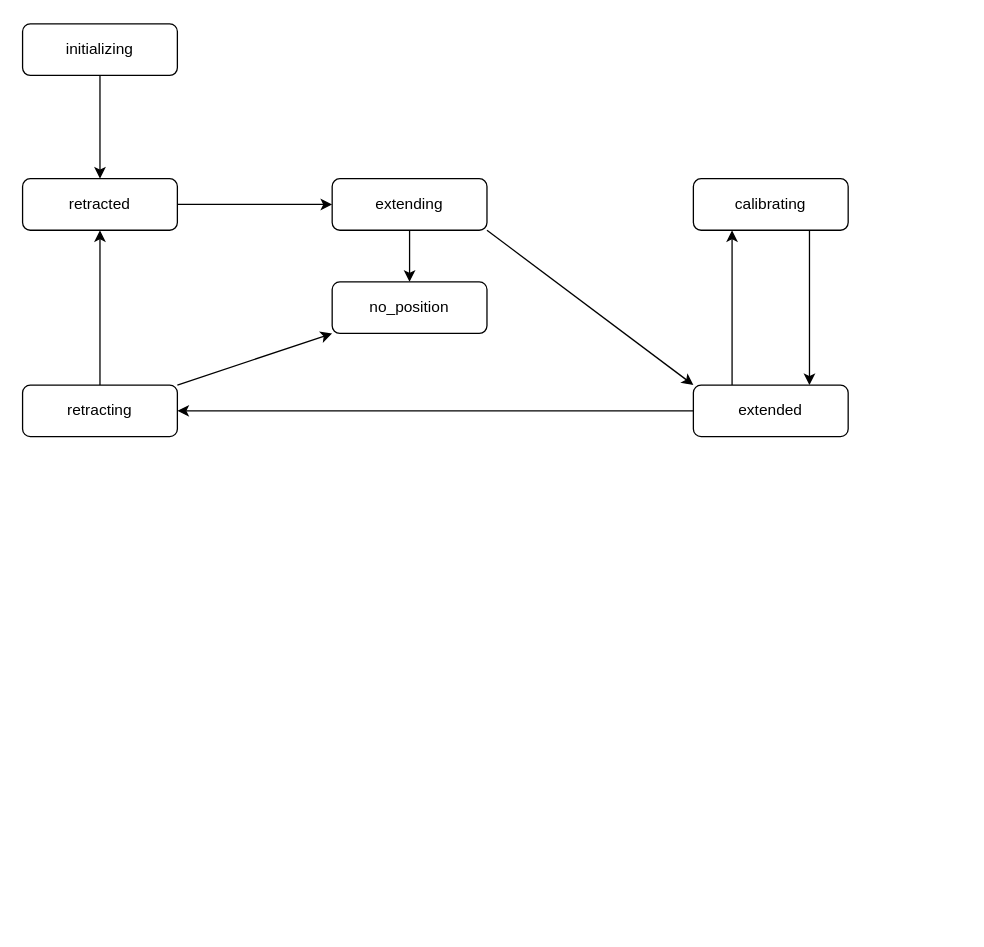
This is doc/states.drawio from laanovd/EBC-Retractable, a draw.io file, before an edit. Source tidied: cells renumbered, new cells numbered last; positions are measured from the earlier drawing's top-left corner, leaving out a move shared by most shapes. Both pictures are drawn from the tidied source at 129%, with x=0, y=0 at pixel (22, 23).
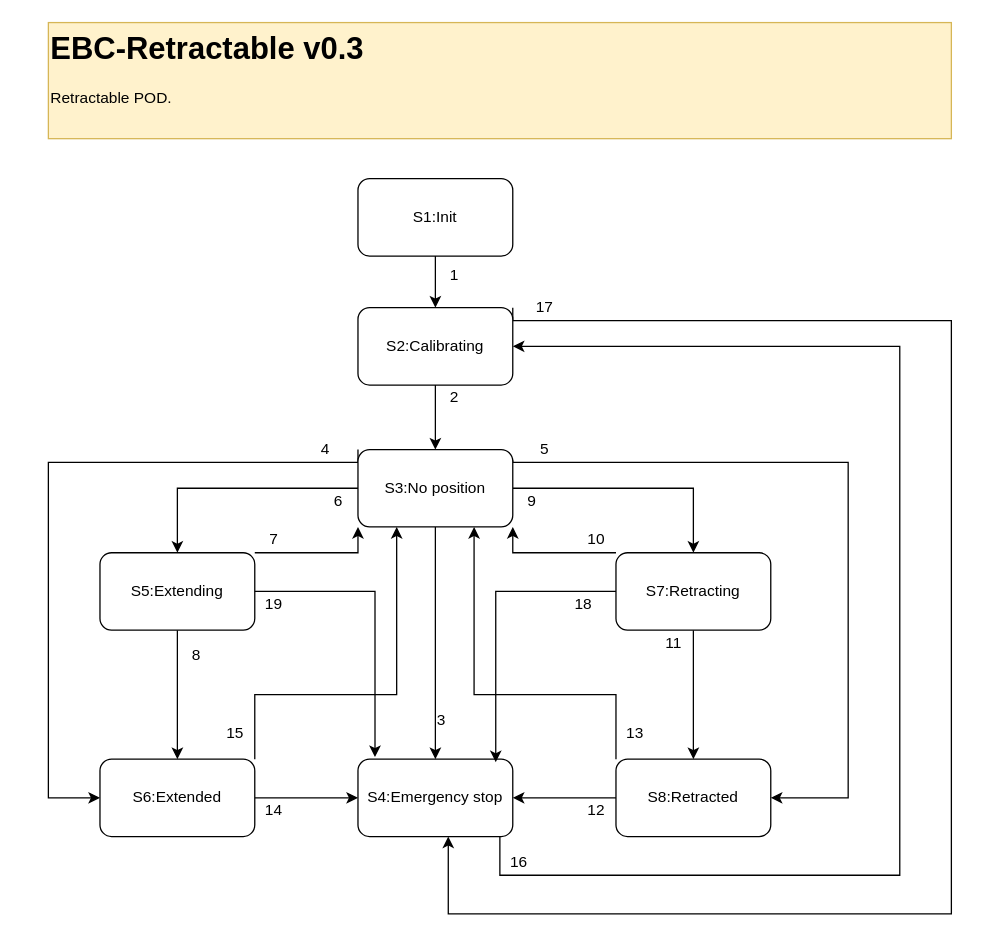
The same diagram, later.

Commit message (it also covers changes not shown here):
Resturture and update state diagram

What changed in the source:
```diff
@@
-    <mxCell id="2" style="edgeStyle=none;html=1;" parent="1" edge="1" source="3" target="9">
-      <mxGeometry relative="1" as="geometry" />
-    </mxCell>
-    <mxCell id="3" value="retracted" style="rounded=1;whiteSpace=wrap;html=1;" parent="1" vertex="1">
-      <mxGeometry y="120" width="120" height="40" as="geometry" />
-    </mxCell>
-    <mxCell id="4" style="edgeStyle=none;html=1;" parent="1" edge="1" source="6" target="3">
-      <mxGeometry relative="1" as="geometry" />
-    </mxCell>
-    <mxCell id="5" style="edgeStyle=none;html=1;exitX=1;exitY=0;exitDx=0;exitDy=0;entryX=0;entryY=1;entryDx=0;entryDy=0;" parent="1" edge="1" source="6" target="17">
-      <mxGeometry relative="1" as="geometry" />
-    </mxCell>
-    <mxCell id="6" value="retracting" style="rounded=1;whiteSpace=wrap;html=1;" parent="1" vertex="1">
-      <mxGeometry y="280" width="120" height="40" as="geometry" />
-    </mxCell>
-    <mxCell id="7" style="edgeStyle=none;html=1;" parent="1" edge="1" source="9" target="17">
-      <mxGeometry relative="1" as="geometry" />
-    </mxCell>
-    <mxCell id="8" style="edgeStyle=none;html=1;exitX=1;exitY=1;exitDx=0;exitDy=0;entryX=0;entryY=0;entryDx=0;entryDy=0;" parent="1" edge="1" source="9" target="12">
-      <mxGeometry relative="1" as="geometry" />
-    </mxCell>
-    <mxCell id="9" value="extending" style="rounded=1;whiteSpace=wrap;html=1;" parent="1" vertex="1">
-      <mxGeometry x="240" y="120" width="120" height="40" as="geometry" />
-    </mxCell>
-    <mxCell id="10" style="edgeStyle=none;html=1;" parent="1" edge="1" source="12" target="6">
-      <mxGeometry relative="1" as="geometry" />
-    </mxCell>
-    <mxCell id="11" style="edgeStyle=none;html=1;exitX=0.25;exitY=0;exitDx=0;exitDy=0;entryX=0.25;entryY=1;entryDx=0;entryDy=0;" parent="1" edge="1" source="12" target="16">
-      <mxGeometry relative="1" as="geometry" />
-    </mxCell>
-    <mxCell id="12" value="extended" style="rounded=1;whiteSpace=wrap;html=1;" parent="1" vertex="1">
-      <mxGeometry x="520" y="280" width="120" height="40" as="geometry" />
-    </mxCell>
-    <mxCell id="13" style="edgeStyle=none;html=1;" parent="1" edge="1" source="14" target="3">
-      <mxGeometry relative="1" as="geometry" />
-    </mxCell>
-    <mxCell id="14" value="initializing" style="rounded=1;whiteSpace=wrap;html=1;" parent="1" vertex="1">
-      <mxGeometry width="120" height="40" as="geometry" />
-    </mxCell>
-    <mxCell id="15" style="edgeStyle=none;html=1;exitX=0.75;exitY=1;exitDx=0;exitDy=0;entryX=0.75;entryY=0;entryDx=0;entryDy=0;" parent="1" edge="1" source="16" target="12">
-      <mxGeometry relative="1" as="geometry" />
-    </mxCell>
-    <mxCell id="16" value="calibrating" style="rounded=1;whiteSpace=wrap;html=1;" parent="1" vertex="1">
-      <mxGeometry x="520" y="120" width="120" height="40" as="geometry" />
-    </mxCell>
-    <mxCell id="17" value="no_position" style="rounded=1;whiteSpace=wrap;html=1;" parent="1" vertex="1">
-      <mxGeometry x="240" y="200" width="120" height="40" as="geometry" />
-    </mxCell>
+    <mxCell id="18" style="edgeStyle=orthogonalEdgeStyle;rounded=0;jettySize=auto;html=1;entryX=1;entryY=0.5;entryDx=0;entryDy=0;" parent="1" edge="1" source="19" target="30">
+      <mxGeometry relative="1" as="geometry">
+        <Array as="points">
+          <mxPoint x="370" y="660" />
+          <mxPoint x="680" y="660" />
+          <mxPoint x="680" y="250" />
+        </Array>
+      </mxGeometry>
+    </mxCell>
+    <mxCell id="19" value="S4:Emergency stop" style="rounded=1;whiteSpace=wrap;html=1;" parent="1" vertex="1">
+      <mxGeometry x="260" y="570" width="120" height="60" as="geometry" />
+    </mxCell>
+    <mxCell id="20" style="edgeStyle=orthogonalEdgeStyle;rounded=0;jettySize=auto;html=1;entryX=0.5;entryY=0;entryDx=0;entryDy=0;" parent="1" edge="1" source="21" target="30">
+      <mxGeometry relative="1" as="geometry" />
+    </mxCell>
+    <mxCell id="21" value="S1:Init" style="rounded=1;whiteSpace=wrap;html=1;" parent="1" vertex="1">
+      <mxGeometry x="260" y="120" width="120" height="60" as="geometry" />
+    </mxCell>
+    <mxCell id="22" style="edgeStyle=orthogonalEdgeStyle;rounded=0;jettySize=auto;html=1;" parent="1" edge="1" source="27" target="39">
+      <mxGeometry relative="1" as="geometry" />
+    </mxCell>
+    <mxCell id="23" style="edgeStyle=orthogonalEdgeStyle;rounded=0;jettySize=auto;html=1;entryX=0.5;entryY=0;entryDx=0;entryDy=0;" parent="1" edge="1" source="27" target="41">
+      <mxGeometry relative="1" as="geometry" />
+    </mxCell>
+    <mxCell id="24" style="edgeStyle=orthogonalEdgeStyle;rounded=0;jettySize=auto;html=1;exitX=0.5;exitY=1;exitDx=0;exitDy=0;entryX=0.5;entryY=0;entryDx=0;entryDy=0;" parent="1" edge="1" source="27" target="19">
+      <mxGeometry relative="1" as="geometry" />
+    </mxCell>
+    <mxCell id="25" style="edgeStyle=orthogonalEdgeStyle;rounded=0;jettySize=auto;html=1;exitX=0.99;exitY=0.147;exitDx=0;exitDy=0;exitPerimeter=0;" parent="1" edge="1" source="27" target="33">
+      <mxGeometry relative="1" as="geometry">
+        <Array as="points">
+          <mxPoint x="380" y="339" />
+          <mxPoint x="380" y="340" />
+          <mxPoint x="640" y="340" />
+          <mxPoint x="640" y="600" />
+        </Array>
+      </mxGeometry>
+    </mxCell>
+    <mxCell id="26" style="edgeStyle=orthogonalEdgeStyle;rounded=0;jettySize=auto;html=1;exitX=0;exitY=0;exitDx=0;exitDy=0;entryX=0;entryY=0.5;entryDx=0;entryDy=0;" parent="1" edge="1" source="27" target="36">
+      <mxGeometry relative="1" as="geometry">
+        <Array as="points">
+          <mxPoint x="260" y="340" />
+          <mxPoint x="20" y="340" />
+          <mxPoint x="20" y="600" />
+        </Array>
+      </mxGeometry>
+    </mxCell>
+    <mxCell id="27" value="S3:No position" style="rounded=1;whiteSpace=wrap;html=1;" parent="1" vertex="1">
+      <mxGeometry x="260" y="330" width="120" height="60" as="geometry" />
+    </mxCell>
+    <mxCell id="28" style="edgeStyle=orthogonalEdgeStyle;rounded=0;jettySize=auto;html=1;entryX=0.5;entryY=0;entryDx=0;entryDy=0;" parent="1" edge="1" source="30" target="27">
+      <mxGeometry relative="1" as="geometry" />
+    </mxCell>
+    <mxCell id="29" style="edgeStyle=orthogonalEdgeStyle;rounded=0;jettySize=auto;html=1;exitX=1;exitY=0;exitDx=0;exitDy=0;" parent="1" edge="1" source="30">
+      <mxGeometry relative="1" as="geometry">
+        <mxPoint x="330" y="630" as="targetPoint" />
+        <Array as="points">
+          <mxPoint x="380" y="230" />
+          <mxPoint x="720" y="230" />
+          <mxPoint x="720" y="690" />
+          <mxPoint x="330" y="690" />
+          <mxPoint x="330" y="630" />
+        </Array>
+      </mxGeometry>
+    </mxCell>
+    <mxCell id="30" value="S2:Calibrating" style="rounded=1;whiteSpace=wrap;html=1;" parent="1" vertex="1">
+      <mxGeometry x="260" y="220" width="120" height="60" as="geometry" />
+    </mxCell>
+    <mxCell id="31" style="edgeStyle=orthogonalEdgeStyle;rounded=0;jettySize=auto;html=1;entryX=1;entryY=0.5;entryDx=0;entryDy=0;" parent="1" edge="1" source="33" target="19">
+      <mxGeometry relative="1" as="geometry" />
+    </mxCell>
+    <mxCell id="32" style="edgeStyle=orthogonalEdgeStyle;rounded=0;jettySize=auto;html=1;exitX=0;exitY=0;exitDx=0;exitDy=0;entryX=0.75;entryY=1;entryDx=0;entryDy=0;" parent="1" edge="1" source="33" target="27">
+      <mxGeometry relative="1" as="geometry">
+        <Array as="points">
+          <mxPoint x="460" y="520" />
+          <mxPoint x="350" y="520" />
+        </Array>
+      </mxGeometry>
+    </mxCell>
+    <mxCell id="33" value="S8:Retracted" style="rounded=1;whiteSpace=wrap;html=1;" parent="1" vertex="1">
+      <mxGeometry x="460" y="570" width="120" height="60" as="geometry" />
+    </mxCell>
+    <mxCell id="34" style="edgeStyle=orthogonalEdgeStyle;rounded=0;jettySize=auto;html=1;exitX=1;exitY=0.5;exitDx=0;exitDy=0;entryX=0;entryY=0.5;entryDx=0;entryDy=0;" parent="1" edge="1" source="36" target="19">
+      <mxGeometry relative="1" as="geometry" />
+    </mxCell>
+    <mxCell id="35" style="edgeStyle=orthogonalEdgeStyle;rounded=0;jettySize=auto;html=1;exitX=1;exitY=0;exitDx=0;exitDy=0;entryX=0.25;entryY=1;entryDx=0;entryDy=0;" parent="1" edge="1" source="36" target="27">
+      <mxGeometry relative="1" as="geometry">
+        <Array as="points">
+          <mxPoint x="180" y="520" />
+          <mxPoint x="290" y="520" />
+        </Array>
+      </mxGeometry>
+    </mxCell>
+    <mxCell id="36" value="S6:Extended" style="rounded=1;whiteSpace=wrap;html=1;" parent="1" vertex="1">
+      <mxGeometry x="60" y="570" width="120" height="60" as="geometry" />
+    </mxCell>
+    <mxCell id="37" style="edgeStyle=orthogonalEdgeStyle;rounded=0;jettySize=auto;html=1;entryX=0.5;entryY=0;entryDx=0;entryDy=0;" parent="1" edge="1" source="39" target="36">
+      <mxGeometry relative="1" as="geometry" />
+    </mxCell>
+    <mxCell id="38" style="edgeStyle=orthogonalEdgeStyle;rounded=0;jettySize=auto;html=1;exitX=1;exitY=0;exitDx=0;exitDy=0;entryX=0;entryY=1;entryDx=0;entryDy=0;" parent="1" edge="1" source="39" target="27">
+      <mxGeometry relative="1" as="geometry">
+        <Array as="points">
+          <mxPoint x="260" y="410" />
+        </Array>
+      </mxGeometry>
+    </mxCell>
+    <mxCell id="39" value="S5:Extending" style="rounded=1;whiteSpace=wrap;html=1;" parent="1" vertex="1">
+      <mxGeometry x="60" y="410" width="120" height="60" as="geometry" />
+    </mxCell>
+    <mxCell id="40" style="edgeStyle=orthogonalEdgeStyle;rounded=0;jettySize=auto;html=1;entryX=0.5;entryY=0;entryDx=0;entryDy=0;" parent="1" edge="1" source="41" target="33">
+      <mxGeometry relative="1" as="geometry" />
+    </mxCell>
+    <mxCell id="41" value="S7:Retracting" style="rounded=1;whiteSpace=wrap;html=1;" parent="1" vertex="1">
+      <mxGeometry x="460" y="410" width="120" height="60" as="geometry" />
+    </mxCell>
+    <mxCell id="42" style="edgeStyle=orthogonalEdgeStyle;rounded=0;jettySize=auto;html=1;exitX=0;exitY=0;exitDx=0;exitDy=0;" parent="1" edge="1" source="41" target="27">
+      <mxGeometry relative="1" as="geometry">
+        <Array as="points">
+          <mxPoint x="380" y="410" />
+        </Array>
+      </mxGeometry>
+    </mxCell>
+    <mxCell id="43" value="1" style="text;html=1;align=center;verticalAlign=middle;whiteSpace=wrap;rounded=0;" parent="1" vertex="1">
+      <mxGeometry x="320" y="185" width="30" height="20" as="geometry" />
+    </mxCell>
+    <mxCell id="44" value="2" style="text;html=1;align=center;verticalAlign=middle;whiteSpace=wrap;rounded=0;" parent="1" vertex="1">
+      <mxGeometry x="320" y="280" width="30" height="20" as="geometry" />
+    </mxCell>
+    <mxCell id="45" value="3" style="text;html=1;align=center;verticalAlign=middle;whiteSpace=wrap;rounded=0;" parent="1" vertex="1">
+      <mxGeometry x="310" y="530" width="30" height="20" as="geometry" />
+    </mxCell>
+    <mxCell id="46" value="6" style="text;html=1;align=center;verticalAlign=middle;whiteSpace=wrap;rounded=0;" parent="1" vertex="1">
+      <mxGeometry x="230" y="360" width="30" height="20" as="geometry" />
+    </mxCell>
+    <mxCell id="47" value="9" style="text;html=1;align=center;verticalAlign=middle;whiteSpace=wrap;rounded=0;" parent="1" vertex="1">
+      <mxGeometry x="380" y="360" width="30" height="20" as="geometry" />
+    </mxCell>
+    <mxCell id="48" value="11" style="text;html=1;align=center;verticalAlign=middle;whiteSpace=wrap;rounded=0;" parent="1" vertex="1">
+      <mxGeometry x="490" y="470" width="30" height="20" as="geometry" />
+    </mxCell>
+    <mxCell id="49" value="8" style="text;html=1;align=center;verticalAlign=middle;whiteSpace=wrap;rounded=0;" parent="1" vertex="1">
+      <mxGeometry x="120" y="480" width="30" height="20" as="geometry" />
+    </mxCell>
+    <mxCell id="50" value="7" style="text;html=1;align=center;verticalAlign=middle;whiteSpace=wrap;rounded=0;" parent="1" vertex="1">
+      <mxGeometry x="180" y="390" width="30" height="20" as="geometry" />
+    </mxCell>
+    <mxCell id="51" value="10" style="text;html=1;align=center;verticalAlign=middle;whiteSpace=wrap;rounded=0;" parent="1" vertex="1">
+      <mxGeometry x="430" y="390" width="30" height="20" as="geometry" />
+    </mxCell>
+    <mxCell id="52" value="4" style="text;html=1;align=center;verticalAlign=middle;whiteSpace=wrap;rounded=0;" parent="1" vertex="1">
+      <mxGeometry x="220" y="320" width="30" height="20" as="geometry" />
+    </mxCell>
+    <mxCell id="53" value="5" style="text;html=1;align=center;verticalAlign=middle;whiteSpace=wrap;rounded=0;" parent="1" vertex="1">
+      <mxGeometry x="390" y="320" width="30" height="20" as="geometry" />
+    </mxCell>
+    <mxCell id="54" value="14" style="text;html=1;align=center;verticalAlign=middle;whiteSpace=wrap;rounded=0;" parent="1" vertex="1">
+      <mxGeometry x="180" y="600" width="30" height="20" as="geometry" />
+    </mxCell>
+    <mxCell id="55" value="12" style="text;html=1;align=center;verticalAlign=middle;whiteSpace=wrap;rounded=0;" parent="1" vertex="1">
+      <mxGeometry x="430" y="600" width="30" height="20" as="geometry" />
+    </mxCell>
+    <mxCell id="56" value="16" style="text;html=1;align=center;verticalAlign=middle;whiteSpace=wrap;rounded=0;" parent="1" vertex="1">
+      <mxGeometry x="370" y="640" width="30" height="20" as="geometry" />
+    </mxCell>
+    <mxCell id="57" value="17" style="text;html=1;align=center;verticalAlign=middle;whiteSpace=wrap;rounded=0;" parent="1" vertex="1">
+      <mxGeometry x="390" y="210" width="30" height="20" as="geometry" />
+    </mxCell>
+    <mxCell id="58" value="13" style="text;html=1;align=center;verticalAlign=middle;whiteSpace=wrap;rounded=0;" parent="1" vertex="1">
+      <mxGeometry x="460" y="540" width="30" height="20" as="geometry" />
+    </mxCell>
+    <mxCell id="59" value="15" style="text;html=1;align=center;verticalAlign=middle;whiteSpace=wrap;rounded=0;" parent="1" vertex="1">
+      <mxGeometry x="150" y="540" width="30" height="20" as="geometry" />
+    </mxCell>
+    <mxCell id="60" value="&lt;h1 style=&quot;margin-top: 0px;&quot;&gt;EBC-Retractable v0.3&lt;/h1&gt;&lt;div&gt;Retractable POD.&lt;/div&gt;" style="text;html=1;whiteSpace=wrap;overflow=hidden;rounded=0;fillColor=#fff2cc;strokeColor=#d6b656;" parent="1" vertex="1">
+      <mxGeometry x="20" y="-1" width="700" height="90" as="geometry" />
+    </mxCell>
+    <mxCell id="61" style="edgeStyle=orthogonalEdgeStyle;rounded=0;jettySize=auto;html=1;entryX=0.89;entryY=0.04;entryDx=0;entryDy=0;entryPerimeter=0;" parent="1" edge="1" source="41" target="19">
+      <mxGeometry relative="1" as="geometry" />
+    </mxCell>
+    <mxCell id="62" style="edgeStyle=orthogonalEdgeStyle;rounded=0;jettySize=auto;html=1;entryX=0.11;entryY=-0.027;entryDx=0;entryDy=0;entryPerimeter=0;" parent="1" edge="1" source="39" target="19">
+      <mxGeometry relative="1" as="geometry" />
+    </mxCell>
+    <mxCell id="63" value="18" style="text;html=1;align=center;verticalAlign=middle;whiteSpace=wrap;rounded=0;" parent="1" vertex="1">
+      <mxGeometry x="420" y="440" width="30" height="20" as="geometry" />
+    </mxCell>
+    <mxCell id="64" value="19" style="text;html=1;align=center;verticalAlign=middle;whiteSpace=wrap;rounded=0;" parent="1" vertex="1">
+      <mxGeometry x="180" y="440" width="30" height="20" as="geometry" />
+    </mxCell>
```
